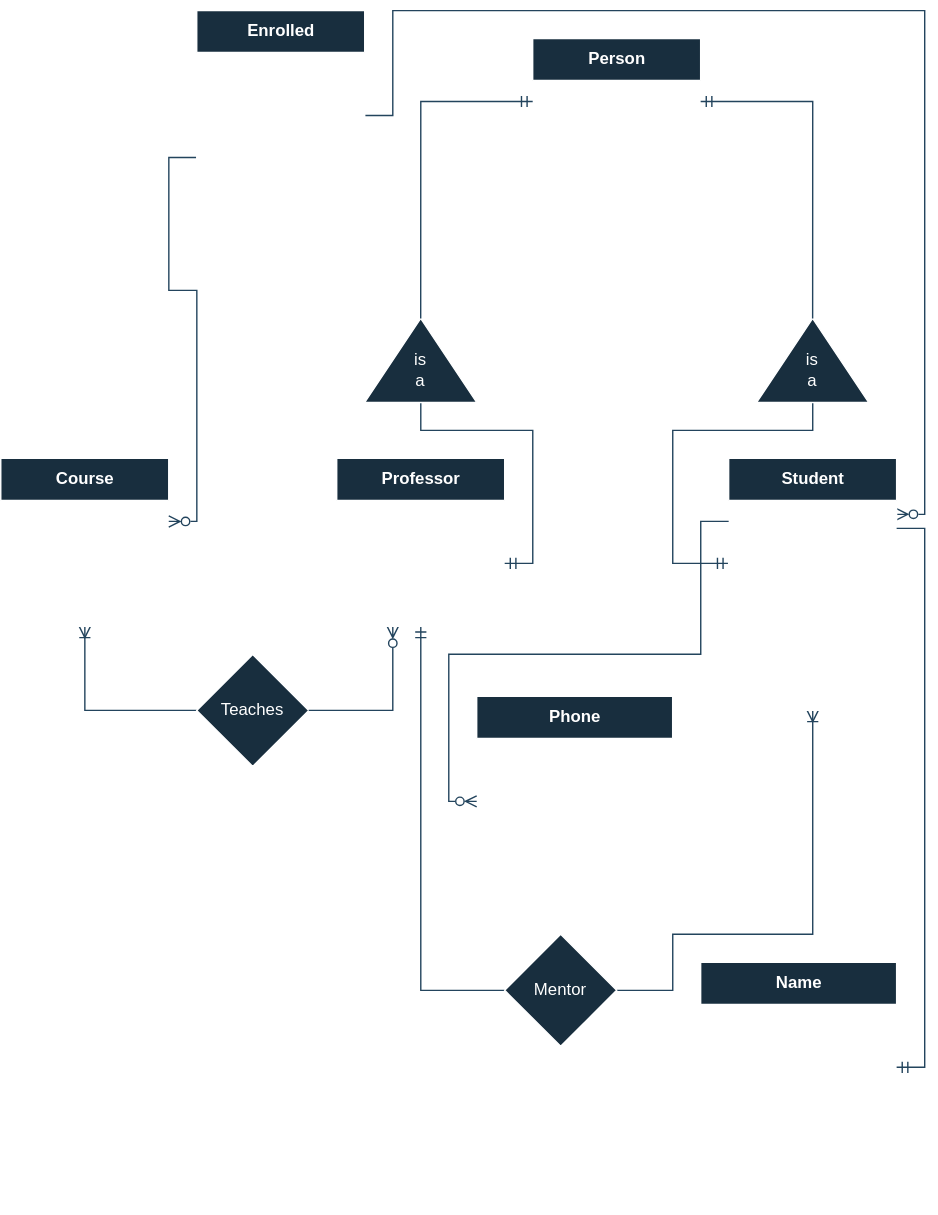
The draw.io diagram _2_projects/_2_2_university_relational_schema/UniversityRelationalSchema.svg in M4MD24/SQL-Database-Level-1-Part-of-Concepts-and-Practices-by-Programming-Advices, before a commit. Source tidied: cells renumbered, new cells last; positions are measured from the earlier drawing's top-left corner, leaving out a move shared by most shapes.
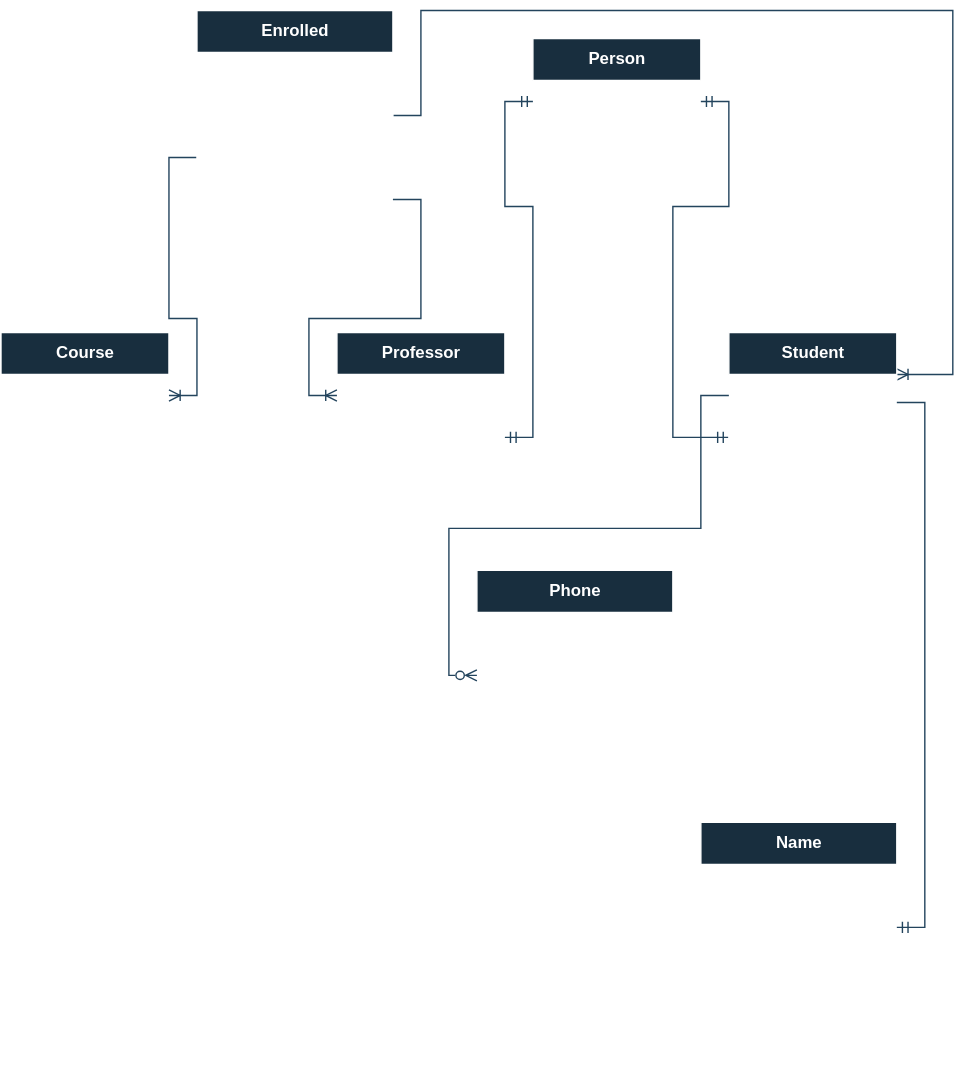
The same file after the commit.

Commit message:
Learn (Generalization and Specialization to Relational Schema) Concept

The edit, as a diff of the source:
```diff
@@ -2,13 +2,6 @@
   <root>
     <mxCell id="0" />
     <mxCell id="1" parent="0" />
-    <mxCell id="2" style="edgeStyle=orthogonalEdgeStyle;rounded=0;jettySize=auto;html=1;entryX=0;entryY=0.5;entryDx=0;entryDy=0;labelBackgroundColor=none;strokeColor=#23445D;fontColor=default;endArrow=none;startFill=0;startArrow=ERoneToMany;" parent="1" edge="1" source="3" target="13">
-      <mxGeometry relative="1" as="geometry">
-        <Array as="points">
-          <mxPoint x="60" y="500" />
-        </Array>
-      </mxGeometry>
-    </mxCell>
     <mxCell id="3" value="Course" style="shape=table;startSize=30;rowLines=0;fontStyle=1;align=center;html=1;labelBackgroundColor=none;fillColor=#182E3E;strokeColor=#FFFFFF;fontColor=#FFFFFF;" parent="1" vertex="1">
       <mxGeometry y="320" width="120" height="120" as="geometry" />
     </mxCell>
@@ -39,23 +32,6 @@
     <mxCell id="12" value="CreditHours" style="shape=partialRectangle;fillColor=none;top=0;left=0;bottom=0;right=0;align=left;spacingLeft=6;overflow=hidden;whiteSpace=wrap;html=1;labelBackgroundColor=none;strokeColor=#FFFFFF;fontColor=#FFFFFF;" parent="10" vertex="1">
       <mxGeometry x="30" width="90" height="30" as="geometry" />
     </mxCell>
-    <mxCell id="13" value="Teaches" style="shape=rhombus;perimeter=rhombusPerimeter;whiteSpace=wrap;html=1;align=center;labelBackgroundColor=none;fillColor=#182E3E;strokeColor=#FFFFFF;fontColor=#FFFFFF;" parent="1" vertex="1">
-      <mxGeometry x="140" y="460" width="80" height="80" as="geometry" />
-    </mxCell>
-    <mxCell id="14" style="edgeStyle=orthogonalEdgeStyle;rounded=0;jettySize=auto;html=1;entryX=1;entryY=0.5;entryDx=0;entryDy=0;strokeColor=#23445D;align=center;verticalAlign=middle;fontFamily=Helvetica;fontSize=11;fontColor=default;labelBackgroundColor=default;startArrow=ERzeroToMany;startFill=0;endArrow=none;" parent="1" edge="1" source="16" target="13">
-      <mxGeometry relative="1" as="geometry">
-        <Array as="points">
-          <mxPoint x="280" y="500" />
-        </Array>
-      </mxGeometry>
-    </mxCell>
-    <mxCell id="15" style="edgeStyle=orthogonalEdgeStyle;rounded=0;jettySize=auto;html=1;strokeColor=#23445D;entryX=0;entryY=0.5;entryDx=0;entryDy=0;endArrow=none;startFill=0;startArrow=ERmandOne;" parent="1" edge="1" source="16" target="88">
-      <mxGeometry relative="1" as="geometry">
-        <Array as="points">
-          <mxPoint x="300" y="700" />
-        </Array>
-      </mxGeometry>
-    </mxCell>
     <mxCell id="16" value="Professor" style="shape=table;startSize=30;rowLines=0;fontStyle=1;align=center;html=1;labelBackgroundColor=none;fillColor=#182E3E;strokeColor=#FFFFFF;fontColor=#FFFFFF;" parent="1" vertex="1">
       <mxGeometry x="240" y="320" width="120" height="120" as="geometry" />
     </mxCell>
@@ -87,7 +63,7 @@
       <mxGeometry x="30" width="90" height="30" as="geometry" />
     </mxCell>
     <mxCell id="26" value="Person" style="shape=table;startSize=30;rowLines=0;fontStyle=1;align=center;html=1;labelBackgroundColor=none;fillColor=#182E3E;strokeColor=#FFFFFF;fontColor=#FFFFFF;" parent="1" vertex="1">
-      <mxGeometry x="380" y="20" width="120" height="90" as="geometry" />
+      <mxGeometry x="380" y="110" width="120" height="90" as="geometry" />
     </mxCell>
     <mxCell id="27" style="shape=tableRow;horizontal=0;startSize=0;swimlaneHead=0;swimlaneBody=0;fillColor=none;points=[[0,0.5],[1,0.5]];portConstraint=eastwest;top=0;left=0;right=0;bottom=1;labelBackgroundColor=none;strokeColor=#FFFFFF;fontColor=#FFFFFF;" parent="26" vertex="1">
       <mxGeometry y="30" width="120" height="30" as="geometry" />
@@ -107,56 +83,33 @@
     <mxCell id="32" value="Name" style="shape=partialRectangle;fillColor=none;top=0;left=0;bottom=0;right=0;align=left;spacingLeft=6;overflow=hidden;whiteSpace=wrap;html=1;labelBackgroundColor=none;strokeColor=#FFFFFF;fontColor=#FFFFFF;" parent="30" vertex="1">
       <mxGeometry x="30" width="90" height="30" as="geometry" />
     </mxCell>
-    <mxCell id="33" style="edgeStyle=orthogonalEdgeStyle;rounded=0;jettySize=auto;html=1;strokeColor=#23445D;align=center;verticalAlign=middle;fontFamily=Helvetica;fontSize=11;fontColor=default;labelBackgroundColor=default;startFill=0;endArrow=ERmandOne;endFill=0;" parent="1" edge="1" source="34" target="20">
-      <mxGeometry relative="1" as="geometry">
-        <Array as="points">
-          <mxPoint x="300" y="300" />
-          <mxPoint x="380" y="300" />
-          <mxPoint x="380" y="395" />
-        </Array>
-      </mxGeometry>
-    </mxCell>
-    <mxCell id="34" value="&lt;div&gt;&lt;br&gt;&lt;/div&gt;is&lt;div&gt;a&lt;/div&gt;" style="triangle;whiteSpace=wrap;html=1;dashed=0;direction=north;strokeColor=#FFFFFF;fontColor=#FFFFFF;fillColor=#182E3E;points=[[0,0.25,0,0,0],[0,0.5,0,0,0],[0,0.75,0,0,0],[0.5,0,0,0,0],[0.5,1,0,0,0],[1,0.5,0,0,0]];" parent="1" vertex="1">
-      <mxGeometry x="260" y="220" width="80" height="60" as="geometry" />
-    </mxCell>
-    <mxCell id="35" style="edgeStyle=orthogonalEdgeStyle;rounded=0;jettySize=auto;html=1;entryX=1;entryY=0.5;entryDx=0;entryDy=0;entryPerimeter=0;strokeColor=#23445D;endArrow=none;startFill=0;align=center;verticalAlign=middle;fontFamily=Helvetica;fontSize=11;fontColor=default;labelBackgroundColor=default;startArrow=ERmandOne;" parent="1" edge="1" source="26" target="34">
+    <mxCell id="35" style="edgeStyle=orthogonalEdgeStyle;rounded=0;jettySize=auto;html=1;strokeColor=#23445D;endArrow=ERmandOne;startFill=0;align=center;verticalAlign=middle;fontFamily=Helvetica;fontSize=11;fontColor=default;labelBackgroundColor=default;startArrow=ERmandOne;endFill=0;" parent="1" edge="1" source="26" target="20">
       <mxGeometry relative="1" as="geometry">
         <Array as="points">
-          <mxPoint x="300" y="65" />
+          <mxPoint x="360" y="155" />
+          <mxPoint x="360" y="230" />
+          <mxPoint x="380" y="230" />
+          <mxPoint x="380" y="395" />
         </Array>
       </mxGeometry>
     </mxCell>
-    <mxCell id="36" style="edgeStyle=orthogonalEdgeStyle;rounded=0;jettySize=auto;html=1;strokeColor=#23445D;align=center;verticalAlign=middle;fontFamily=Helvetica;fontSize=11;fontColor=default;labelBackgroundColor=default;startFill=0;endArrow=ERmandOne;endFill=0;" parent="1" edge="1" source="37" target="45">
-      <mxGeometry relative="1" as="geometry">
-        <Array as="points">
-          <mxPoint x="580" y="300" />
-          <mxPoint x="480" y="300" />
-          <mxPoint x="480" y="395" />
-        </Array>
-      </mxGeometry>
-    </mxCell>
-    <mxCell id="37" value="&lt;div&gt;&lt;br&gt;&lt;/div&gt;is&lt;div&gt;a&lt;/div&gt;" style="triangle;whiteSpace=wrap;html=1;dashed=0;direction=north;strokeColor=#FFFFFF;fontColor=#FFFFFF;fillColor=#182E3E;points=[[0,0.25,0,0,0],[0,0.5,0,0,0],[0,0.75,0,0,0],[0.5,0,0,0,0],[0.5,1,0,0,0],[1,0.5,0,0,0]];" parent="1" vertex="1">
-      <mxGeometry x="540" y="220" width="80" height="60" as="geometry" />
-    </mxCell>
-    <mxCell id="38" style="edgeStyle=orthogonalEdgeStyle;rounded=0;jettySize=auto;html=1;entryX=1;entryY=0.5;entryDx=0;entryDy=0;entryPerimeter=0;strokeColor=#23445D;align=center;verticalAlign=middle;fontFamily=Helvetica;fontSize=11;fontColor=default;labelBackgroundColor=default;startFill=0;endArrow=none;startArrow=ERmandOne;" parent="1" edge="1" source="27" target="37">
-      <mxGeometry relative="1" as="geometry" />
+    <mxCell id="38" style="edgeStyle=orthogonalEdgeStyle;rounded=0;jettySize=auto;html=1;strokeColor=#23445D;align=center;verticalAlign=middle;fontFamily=Helvetica;fontSize=11;fontColor=default;labelBackgroundColor=default;startFill=0;endArrow=ERmandOne;startArrow=ERmandOne;endFill=0;" parent="1" edge="1" source="27" target="45">
+      <mxGeometry relative="1" as="geometry">
+        <Array as="points">
+          <mxPoint x="520" y="155" />
+          <mxPoint x="520" y="230" />
+          <mxPoint x="480" y="230" />
+          <mxPoint x="480" y="395" />
+        </Array>
+      </mxGeometry>
     </mxCell>
-    <mxCell id="39" style="edgeStyle=orthogonalEdgeStyle;rounded=0;jettySize=auto;html=1;strokeColor=#23445D;entryX=1;entryY=0.5;entryDx=0;entryDy=0;align=center;verticalAlign=middle;fontFamily=Helvetica;fontSize=11;fontColor=default;labelBackgroundColor=default;startArrow=ERoneToMany;startFill=0;endArrow=none;" parent="1" edge="1" source="41" target="88">
-      <mxGeometry relative="1" as="geometry">
-        <Array as="points">
-          <mxPoint x="580" y="660" />
-          <mxPoint x="480" y="660" />
-          <mxPoint x="480" y="700" />
-        </Array>
-      </mxGeometry>
-    </mxCell>
-    <mxCell id="40" style="edgeStyle=orthogonalEdgeStyle;rounded=0;jettySize=auto;html=1;strokeColor=#23445D;entryX=1;entryY=0.5;entryDx=0;entryDy=0;align=center;verticalAlign=middle;fontFamily=Helvetica;fontSize=11;fontColor=default;labelBackgroundColor=default;startArrow=ERzeroToMany;startFill=0;endArrow=none;" parent="1" edge="1" source="42" target="94">
+    <mxCell id="40" style="edgeStyle=orthogonalEdgeStyle;rounded=0;jettySize=auto;html=1;strokeColor=#23445D;entryX=1;entryY=0.5;entryDx=0;entryDy=0;align=center;verticalAlign=middle;fontFamily=Helvetica;fontSize=11;fontColor=default;labelBackgroundColor=default;startArrow=ERoneToMany;startFill=0;endArrow=none;" parent="1" edge="1" source="42" target="94">
       <mxGeometry relative="1" as="geometry">
         <Array as="points">
-          <mxPoint x="660" y="360" />
-          <mxPoint x="660" />
-          <mxPoint x="280" />
-          <mxPoint x="280" y="75" />
+          <mxPoint x="680" y="350" />
+          <mxPoint x="680" y="90" />
+          <mxPoint x="300" y="90" />
+          <mxPoint x="300" y="165" />
         </Array>
       </mxGeometry>
     </mxCell>
@@ -209,7 +162,7 @@
       <mxGeometry x="30" width="90" height="30" as="geometry" />
     </mxCell>
     <mxCell id="57" value="Name" style="shape=table;startSize=30;rowLines=0;fontStyle=1;align=center;html=1;labelBackgroundColor=none;fillColor=#182E3E;strokeColor=#FFFFFF;fontColor=#FFFFFF;" parent="1" vertex="1">
-      <mxGeometry x="500" y="680" width="140" height="180" as="geometry" />
+      <mxGeometry x="500" y="670" width="140" height="180" as="geometry" />
     </mxCell>
     <mxCell id="58" style="shape=tableRow;horizontal=0;startSize=0;swimlaneHead=0;swimlaneBody=0;fillColor=none;top=0;left=0;right=0;bottom=1;labelBackgroundColor=none;strokeColor=#FFFFFF;fontColor=#FFFFFF;" parent="57" vertex="1">
       <mxGeometry y="30" width="140" height="30" as="geometry" />
@@ -260,7 +213,7 @@
       <mxGeometry relative="1" as="geometry">
         <Array as="points">
           <mxPoint x="660" y="370" />
-          <mxPoint x="660" y="755" />
+          <mxPoint x="660" y="745" />
         </Array>
       </mxGeometry>
     </mxCell>
@@ -313,66 +266,82 @@
         </Array>
       </mxGeometry>
     </mxCell>
-    <mxCell id="88" value="Mentor" style="shape=rhombus;perimeter=rhombusPerimeter;whiteSpace=wrap;html=1;align=center;labelBackgroundColor=none;fillColor=#182E3E;strokeColor=#FFFFFF;fontColor=#FFFFFF;" parent="1" vertex="1">
-      <mxGeometry x="360" y="660" width="80" height="80" as="geometry" />
-    </mxCell>
-    <mxCell id="89" style="edgeStyle=orthogonalEdgeStyle;rounded=0;jettySize=auto;html=1;strokeColor=#23445D;align=center;verticalAlign=middle;fontFamily=Helvetica;fontSize=11;fontColor=default;labelBackgroundColor=default;startArrow=none;startFill=0;endArrow=ERzeroToMany;endFill=0;exitX=0;exitY=0.5;exitDx=0;exitDy=0;" parent="1" edge="1" source="97" target="4">
+    <mxCell id="89" style="edgeStyle=orthogonalEdgeStyle;rounded=0;jettySize=auto;html=1;strokeColor=#23445D;align=center;verticalAlign=middle;fontFamily=Helvetica;fontSize=11;fontColor=default;labelBackgroundColor=default;startArrow=none;startFill=0;endArrow=ERoneToMany;endFill=0;exitX=0;exitY=0.5;exitDx=0;exitDy=0;" parent="1" edge="1" source="97" target="4">
       <mxGeometry relative="1" as="geometry">
         <Array as="points">
-          <mxPoint x="120" y="105" />
-          <mxPoint x="120" y="200" />
-          <mxPoint x="140" y="200" />
+          <mxPoint x="120" y="195" />
+          <mxPoint x="120" y="310" />
+          <mxPoint x="140" y="310" />
           <mxPoint x="140" y="365" />
         </Array>
       </mxGeometry>
     </mxCell>
     <mxCell id="90" value="Enrolled" style="shape=table;startSize=30;rowLines=0;fontStyle=1;align=center;html=1;labelBackgroundColor=none;fillColor=#182E3E;strokeColor=#FFFFFF;fontColor=#FFFFFF;" parent="1" vertex="1">
-      <mxGeometry x="140" width="120" height="180" as="geometry" />
+      <mxGeometry x="140" y="90" width="140" height="210" as="geometry" />
     </mxCell>
     <mxCell id="91" style="shape=tableRow;horizontal=0;startSize=0;swimlaneHead=0;swimlaneBody=0;fillColor=none;top=0;left=0;right=0;bottom=1;labelBackgroundColor=none;strokeColor=#FFFFFF;fontColor=#FFFFFF;" parent="90" vertex="1">
-      <mxGeometry y="30" width="120" height="30" as="geometry" />
+      <mxGeometry y="30" width="140" height="30" as="geometry" />
     </mxCell>
     <mxCell id="92" value="PK" style="shape=partialRectangle;fillColor=none;top=0;left=0;bottom=0;right=0;fontStyle=1;overflow=hidden;whiteSpace=wrap;html=1;labelBackgroundColor=none;strokeColor=#FFFFFF;fontColor=#FFFFFF;" parent="91" vertex="1">
       <mxGeometry width="30" height="30" as="geometry" />
     </mxCell>
     <mxCell id="93" value="ID" style="shape=partialRectangle;fillColor=none;top=0;left=0;bottom=0;right=0;align=left;spacingLeft=6;fontStyle=5;overflow=hidden;whiteSpace=wrap;html=1;labelBackgroundColor=none;strokeColor=#FFFFFF;fontColor=#FFFFFF;" parent="91" vertex="1">
-      <mxGeometry x="30" width="90" height="30" as="geometry" />
+      <mxGeometry x="30" width="110" height="30" as="geometry" />
     </mxCell>
     <mxCell id="94" style="shape=tableRow;horizontal=0;startSize=0;swimlaneHead=0;swimlaneBody=0;fillColor=none;points=[[0,0.5],[1,0.5]];portConstraint=eastwest;top=0;left=0;right=0;bottom=1;labelBackgroundColor=none;strokeColor=#FFFFFF;fontColor=#FFFFFF;" parent="90" vertex="1">
-      <mxGeometry y="60" width="120" height="30" as="geometry" />
+      <mxGeometry y="60" width="140" height="30" as="geometry" />
     </mxCell>
     <mxCell id="95" value="FK" style="shape=partialRectangle;fillColor=none;top=0;left=0;bottom=0;right=0;fontStyle=1;overflow=hidden;whiteSpace=wrap;html=1;labelBackgroundColor=none;strokeColor=#FFFFFF;fontColor=#FFFFFF;" parent="94" vertex="1">
       <mxGeometry width="30" height="30" as="geometry" />
     </mxCell>
     <mxCell id="96" value="StudentID" style="shape=partialRectangle;fillColor=none;top=0;left=0;bottom=0;right=0;align=left;spacingLeft=6;fontStyle=5;overflow=hidden;whiteSpace=wrap;html=1;labelBackgroundColor=none;strokeColor=#FFFFFF;fontColor=#FFFFFF;" parent="94" vertex="1">
-      <mxGeometry x="30" width="90" height="30" as="geometry" />
+      <mxGeometry x="30" width="110" height="30" as="geometry" />
     </mxCell>
     <mxCell id="97" style="shape=tableRow;horizontal=0;startSize=0;swimlaneHead=0;swimlaneBody=0;fillColor=none;points=[[0,0.5],[1,0.5]];portConstraint=eastwest;top=0;left=0;right=0;bottom=1;labelBackgroundColor=none;strokeColor=#FFFFFF;fontColor=#FFFFFF;" parent="90" vertex="1">
-      <mxGeometry y="90" width="120" height="30" as="geometry" />
+      <mxGeometry y="90" width="140" height="30" as="geometry" />
     </mxCell>
     <mxCell id="98" value="FK" style="shape=partialRectangle;fillColor=none;top=0;left=0;bottom=0;right=0;fontStyle=1;overflow=hidden;whiteSpace=wrap;html=1;labelBackgroundColor=none;strokeColor=#FFFFFF;fontColor=#FFFFFF;" parent="97" vertex="1">
       <mxGeometry width="30" height="30" as="geometry" />
     </mxCell>
     <mxCell id="99" value="CourseID" style="shape=partialRectangle;fillColor=none;top=0;left=0;bottom=0;right=0;align=left;spacingLeft=6;fontStyle=5;overflow=hidden;whiteSpace=wrap;html=1;labelBackgroundColor=none;strokeColor=#FFFFFF;fontColor=#FFFFFF;" parent="97" vertex="1">
-      <mxGeometry x="30" width="90" height="30" as="geometry" />
+      <mxGeometry x="30" width="110" height="30" as="geometry" />
     </mxCell>
+    <mxCell id="106" style="shape=tableRow;horizontal=0;startSize=0;swimlaneHead=0;swimlaneBody=0;fillColor=none;points=[[0,0.5],[1,0.5]];portConstraint=eastwest;top=0;left=0;right=0;bottom=1;labelBackgroundColor=none;strokeColor=#FFFFFF;fontColor=#FFFFFF;" parent="90" vertex="1">
+      <mxGeometry y="120" width="140" height="30" as="geometry" />
+    </mxCell>
+    <mxCell id="107" value="FK" style="shape=partialRectangle;fillColor=none;top=0;left=0;bottom=0;right=0;fontStyle=1;overflow=hidden;whiteSpace=wrap;html=1;labelBackgroundColor=none;strokeColor=#FFFFFF;fontColor=#FFFFFF;" parent="106" vertex="1">
+      <mxGeometry width="30" height="30" as="geometry" />
+    </mxCell>
+    <mxCell id="108" value="PrefoessorID" style="shape=partialRectangle;fillColor=none;top=0;left=0;bottom=0;right=0;align=left;spacingLeft=6;fontStyle=5;overflow=hidden;whiteSpace=wrap;html=1;labelBackgroundColor=none;strokeColor=#FFFFFF;fontColor=#FFFFFF;" parent="106" vertex="1">
+      <mxGeometry x="30" width="110" height="30" as="geometry" />
+    </mxCell>
     <mxCell id="100" style="shape=tableRow;horizontal=0;startSize=0;swimlaneHead=0;swimlaneBody=0;fillColor=none;top=0;left=0;right=0;bottom=0;labelBackgroundColor=none;strokeColor=#FFFFFF;fontColor=#FFFFFF;" parent="90" vertex="1">
-      <mxGeometry y="120" width="120" height="30" as="geometry" />
+      <mxGeometry y="150" width="140" height="30" as="geometry" />
     </mxCell>
     <mxCell id="101" style="shape=partialRectangle;fillColor=none;top=0;left=0;bottom=0;right=0;overflow=hidden;whiteSpace=wrap;html=1;labelBackgroundColor=none;strokeColor=#FFFFFF;fontColor=#FFFFFF;" parent="100" vertex="1">
       <mxGeometry width="30" height="30" as="geometry" />
     </mxCell>
     <mxCell id="102" value="EnrollDate" style="shape=partialRectangle;fillColor=none;top=0;left=0;bottom=0;right=0;align=left;spacingLeft=6;overflow=hidden;whiteSpace=wrap;html=1;labelBackgroundColor=none;strokeColor=#FFFFFF;fontColor=#FFFFFF;" parent="100" vertex="1">
-      <mxGeometry x="30" width="90" height="30" as="geometry" />
+      <mxGeometry x="30" width="110" height="30" as="geometry" />
     </mxCell>
     <mxCell id="103" style="shape=tableRow;horizontal=0;startSize=0;swimlaneHead=0;swimlaneBody=0;fillColor=none;top=0;left=0;right=0;bottom=0;labelBackgroundColor=none;strokeColor=#FFFFFF;fontColor=#FFFFFF;" parent="90" vertex="1">
-      <mxGeometry y="150" width="120" height="30" as="geometry" />
+      <mxGeometry y="180" width="140" height="30" as="geometry" />
     </mxCell>
     <mxCell id="104" style="shape=partialRectangle;fillColor=none;top=0;left=0;bottom=0;right=0;overflow=hidden;whiteSpace=wrap;html=1;labelBackgroundColor=none;strokeColor=#FFFFFF;fontColor=#FFFFFF;" parent="103" vertex="1">
       <mxGeometry width="30" height="30" as="geometry" />
     </mxCell>
     <mxCell id="105" value="Grade" style="shape=partialRectangle;fillColor=none;top=0;left=0;bottom=0;right=0;align=left;spacingLeft=6;overflow=hidden;whiteSpace=wrap;html=1;labelBackgroundColor=none;strokeColor=#FFFFFF;fontColor=#FFFFFF;" parent="103" vertex="1">
-      <mxGeometry x="30" width="90" height="30" as="geometry" />
+      <mxGeometry x="30" width="110" height="30" as="geometry" />
     </mxCell>
+    <mxCell id="109" style="edgeStyle=orthogonalEdgeStyle;rounded=0;jettySize=auto;html=1;strokeColor=#23445D;align=center;verticalAlign=middle;fontFamily=Helvetica;fontSize=11;fontColor=default;labelBackgroundColor=default;startArrow=ERoneToMany;startFill=0;endArrow=none;endFill=0;" parent="1" edge="1" source="17" target="106">
+      <mxGeometry relative="1" as="geometry">
+        <Array as="points">
+          <mxPoint x="220" y="365" />
+          <mxPoint x="220" y="310" />
+          <mxPoint x="300" y="310" />
+          <mxPoint x="300" y="225" />
+        </Array>
+      </mxGeometry>
+    </mxCell>
   </root>
 </mxGraphModel>
```
